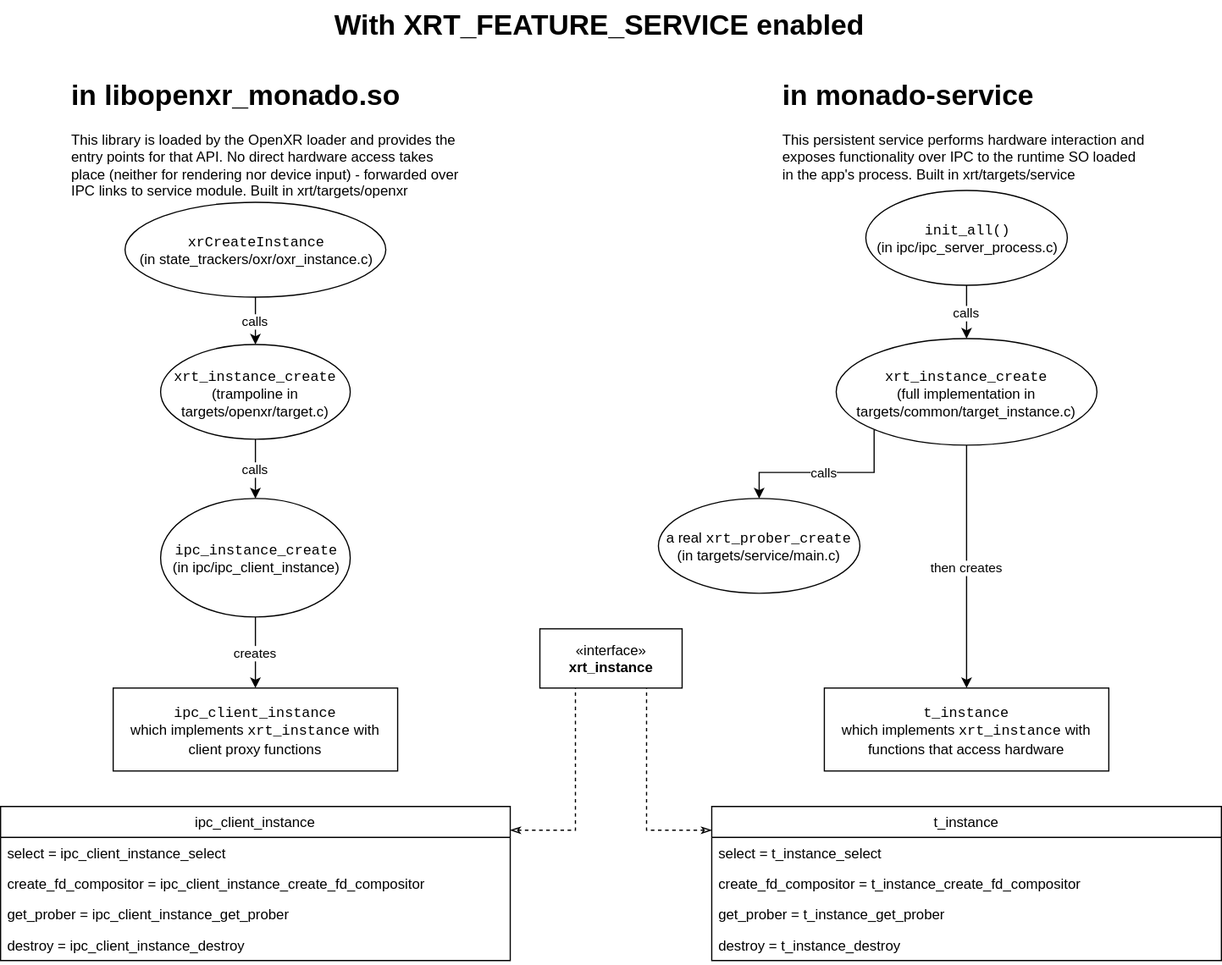
This is doc/images/out-of-proc.svg from shinyquagsire23/monado, a draw.io export, as it was before one commit. Source tidied: cells renumbered, new cells last; positions are measured from the earlier drawing's top-left corner, leaving out a move shared by most shapes. Its diagram source:
```xml
<mxGraphModel>
  <root>
    <mxCell id="0" />
    <mxCell id="1" parent="0" />
    <mxCell id="2" value="then creates" style="edgeStyle=orthogonalEdgeStyle;rounded=0;comic=0;jettySize=auto;html=1;" parent="1" edge="1" source="4" target="15">
      <mxGeometry relative="1" as="geometry" />
    </mxCell>
    <mxCell id="3" value="calls" style="edgeStyle=orthogonalEdgeStyle;rounded=0;jettySize=auto;html=1;exitX=0;exitY=1;exitDx=0;exitDy=0;entryX=0.5;entryY=0;entryDx=0;entryDy=0;" parent="1" edge="1" source="4" target="31">
      <mxGeometry relative="1" as="geometry" />
    </mxCell>
    <mxCell id="4" value="&lt;font face=&quot;Courier New&quot;&gt;xrt_instance_create&lt;br&gt;&lt;/font&gt;(full implementation in targets/common/target_instance.c)" style="ellipse;whiteSpace=wrap;html=1;" parent="1" vertex="1">
      <mxGeometry x="705" y="285" width="220" height="90" as="geometry" />
    </mxCell>
    <mxCell id="5" value="With XRT_FEATURE_SERVICE enabled" style="text;strokeColor=none;fillColor=none;html=1;fontSize=24;fontStyle=1;verticalAlign=middle;align=center;" parent="1" vertex="1">
      <mxGeometry x="455" width="100" height="40" as="geometry" />
    </mxCell>
    <mxCell id="6" value="&lt;h1&gt;in libopenxr_monado.so&lt;/h1&gt;&lt;p&gt;This library is loaded by the OpenXR loader and provides the entry points for that API. No direct hardware access takes place (neither for rendering nor device input) - forwarded over IPC links to service module. Built in xrt/targets/openxr&lt;/p&gt;" style="text;html=1;strokeColor=none;fillColor=none;spacing=5;spacingTop=-20;whiteSpace=wrap;overflow=hidden;rounded=0;" parent="1" vertex="1">
      <mxGeometry x="55" y="60" width="340" height="110" as="geometry" />
    </mxCell>
    <mxCell id="7" value="&lt;h1&gt;in monado-service&lt;/h1&gt;&lt;p&gt;This persistent service performs hardware interaction and exposes functionality over IPC to the runtime SO loaded in the app's process. Built in xrt/targets/service&lt;/p&gt;" style="text;html=1;strokeColor=none;fillColor=none;spacing=5;spacingTop=-20;whiteSpace=wrap;overflow=hidden;rounded=0;" parent="1" vertex="1">
      <mxGeometry x="655" y="60" width="320" height="100" as="geometry" />
    </mxCell>
    <mxCell id="8" value="&lt;font face=&quot;Courier New&quot;&gt;xrCreateInstance&lt;/font&gt;&lt;br&gt;(in state_trackers/oxr/oxr_instance.c)" style="ellipse;whiteSpace=wrap;html=1;" parent="1" vertex="1">
      <mxGeometry x="105" y="170" width="220" height="80" as="geometry" />
    </mxCell>
    <mxCell id="9" value="&lt;font face=&quot;Courier New&quot;&gt;xrt_instance_create&lt;/font&gt;&lt;br&gt;(trampoline in targets/openxr/target.c)" style="ellipse;whiteSpace=wrap;html=1;" parent="1" vertex="1">
      <mxGeometry x="135" y="290" width="160" height="80" as="geometry" />
    </mxCell>
    <mxCell id="10" value="calls" style="edgeStyle=orthogonalEdgeStyle;rounded=0;comic=0;jettySize=auto;html=1;" parent="1" edge="1" source="8" target="9">
      <mxGeometry relative="1" as="geometry" />
    </mxCell>
    <mxCell id="11" value="&lt;font face=&quot;Courier New&quot;&gt;ipc_instance_create&lt;/font&gt;&lt;br&gt;(in ipc/ipc_client_instance)" style="ellipse;whiteSpace=wrap;html=1;" parent="1" vertex="1">
      <mxGeometry x="135" y="420" width="160" height="100" as="geometry" />
    </mxCell>
    <mxCell id="12" value="calls" style="edgeStyle=orthogonalEdgeStyle;rounded=0;comic=0;jettySize=auto;html=1;" parent="1" edge="1" source="9" target="11">
      <mxGeometry relative="1" as="geometry" />
    </mxCell>
    <mxCell id="13" value="&lt;div&gt;&lt;font face=&quot;Courier New&quot;&gt;ipc_client_instance&lt;/font&gt;&lt;/div&gt;&lt;div&gt;which implements &lt;font face=&quot;Courier New&quot;&gt;xrt_instance&lt;/font&gt; with client proxy functions&lt;/div&gt;" style="rounded=0;whiteSpace=wrap;html=1;align=center;" parent="1" vertex="1">
      <mxGeometry x="95" y="580" width="240" height="70" as="geometry" />
    </mxCell>
    <mxCell id="14" value="creates" style="edgeStyle=orthogonalEdgeStyle;rounded=0;comic=0;jettySize=auto;html=1;" parent="1" edge="1" source="11" target="13">
      <mxGeometry relative="1" as="geometry" />
    </mxCell>
    <mxCell id="15" value="&lt;div&gt;&lt;font face=&quot;Courier New&quot;&gt;t_instance&lt;/font&gt;&lt;/div&gt;&lt;div&gt;which implements &lt;font face=&quot;Courier New&quot;&gt;xrt_instance&lt;/font&gt; with functions that access hardware&lt;/div&gt;" style="rounded=0;whiteSpace=wrap;html=1;align=center;" parent="1" vertex="1">
      <mxGeometry x="695" y="580" width="240" height="70" as="geometry" />
    </mxCell>
    <mxCell id="16" style="edgeStyle=orthogonalEdgeStyle;rounded=0;comic=0;jettySize=auto;html=1;startArrow=classicThin;startFill=0;endArrow=none;endFill=0;dashed=1;exitX=0;exitY=0.154;exitDx=0;exitDy=0;exitPerimeter=0;entryX=0.75;entryY=1;entryDx=0;entryDy=0;" parent="1" edge="1" source="17" target="28">
      <mxGeometry relative="1" as="geometry" />
    </mxCell>
    <mxCell id="17" value="t_instance" style="swimlane;fontStyle=0;horizontal=1;startSize=26;fillColor=none;" parent="1" vertex="1">
      <mxGeometry x="600" y="680" width="430" height="130" as="geometry" />
    </mxCell>
    <mxCell id="18" value="select = t_instance_select" style="text;strokeColor=none;fillColor=none;align=left;verticalAlign=top;spacingLeft=4;spacingRight=4;overflow=hidden;" parent="17" vertex="1">
      <mxGeometry y="26" width="430" height="26" as="geometry" />
    </mxCell>
    <mxCell id="19" value="create_fd_compositor = t_instance_create_fd_compositor" style="text;strokeColor=none;fillColor=none;align=left;verticalAlign=top;spacingLeft=4;spacingRight=4;overflow=hidden;" parent="17" vertex="1">
      <mxGeometry y="52" width="430" height="26" as="geometry" />
    </mxCell>
    <mxCell id="20" value="get_prober = t_instance_get_prober" style="text;strokeColor=none;fillColor=none;align=left;verticalAlign=top;spacingLeft=4;spacingRight=4;overflow=hidden;" parent="17" vertex="1">
      <mxGeometry y="78" width="430" height="26" as="geometry" />
    </mxCell>
    <mxCell id="21" value="destroy = t_instance_destroy" style="text;strokeColor=none;fillColor=none;align=left;verticalAlign=top;spacingLeft=4;spacingRight=4;overflow=hidden;" parent="17" vertex="1">
      <mxGeometry y="104" width="430" height="26" as="geometry" />
    </mxCell>
    <mxCell id="22" style="edgeStyle=orthogonalEdgeStyle;rounded=0;comic=0;jettySize=auto;html=1;exitX=1;exitY=0.156;exitDx=0;exitDy=0;entryX=0.25;entryY=1;entryDx=0;entryDy=0;startArrow=classicThin;startFill=0;endArrow=none;endFill=0;dashed=1;exitPerimeter=0;" parent="1" edge="1" source="23" target="28">
      <mxGeometry relative="1" as="geometry" />
    </mxCell>
    <mxCell id="23" value="ipc_client_instance" style="swimlane;fontStyle=0;horizontal=1;startSize=26;fillColor=none;" parent="1" vertex="1">
      <mxGeometry y="680" width="430" height="130" as="geometry" />
    </mxCell>
    <mxCell id="24" value="select = ipc_client_instance_select" style="text;strokeColor=none;fillColor=none;align=left;verticalAlign=top;spacingLeft=4;spacingRight=4;overflow=hidden;" parent="23" vertex="1">
      <mxGeometry y="26" width="430" height="26" as="geometry" />
    </mxCell>
    <mxCell id="25" value="create_fd_compositor = ipc_client_instance_create_fd_compositor" style="text;strokeColor=none;fillColor=none;align=left;verticalAlign=top;spacingLeft=4;spacingRight=4;overflow=hidden;" parent="23" vertex="1">
      <mxGeometry y="52" width="430" height="26" as="geometry" />
    </mxCell>
    <mxCell id="26" value="get_prober = ipc_client_instance_get_prober" style="text;strokeColor=none;fillColor=none;align=left;verticalAlign=top;spacingLeft=4;spacingRight=4;overflow=hidden;" parent="23" vertex="1">
      <mxGeometry y="78" width="430" height="26" as="geometry" />
    </mxCell>
    <mxCell id="27" value="destroy = ipc_client_instance_destroy" style="text;strokeColor=none;fillColor=none;align=left;verticalAlign=top;spacingLeft=4;spacingRight=4;overflow=hidden;" parent="23" vertex="1">
      <mxGeometry y="104" width="430" height="26" as="geometry" />
    </mxCell>
    <mxCell id="28" value="«interface»&lt;br&gt;&lt;b&gt;xrt_instance&lt;/b&gt;" style="html=1;" parent="1" vertex="1">
      <mxGeometry x="455" y="530" width="120" height="50" as="geometry" />
    </mxCell>
    <mxCell id="29" value="calls" style="edgeStyle=orthogonalEdgeStyle;rounded=0;comic=0;jettySize=auto;html=1;endArrow=classic;" parent="1" edge="1" source="30" target="4">
      <mxGeometry relative="1" as="geometry" />
    </mxCell>
    <mxCell id="30" value="&lt;font face=&quot;Courier New&quot;&gt;init_all()&lt;/font&gt;&lt;br&gt;(in ipc/ipc_server_process.c)" style="ellipse;whiteSpace=wrap;html=1;" parent="1" vertex="1">
      <mxGeometry x="730" y="160" width="170" height="80" as="geometry" />
    </mxCell>
    <mxCell id="31" value="a real &lt;font face=&quot;Courier New&quot;&gt;xrt_prober_create&lt;/font&gt; (in targets/service/main.c)" style="ellipse;whiteSpace=wrap;html=1;" parent="1" vertex="1">
      <mxGeometry x="555" y="420" width="170" height="80" as="geometry" />
    </mxCell>
  </root>
</mxGraphModel>
```
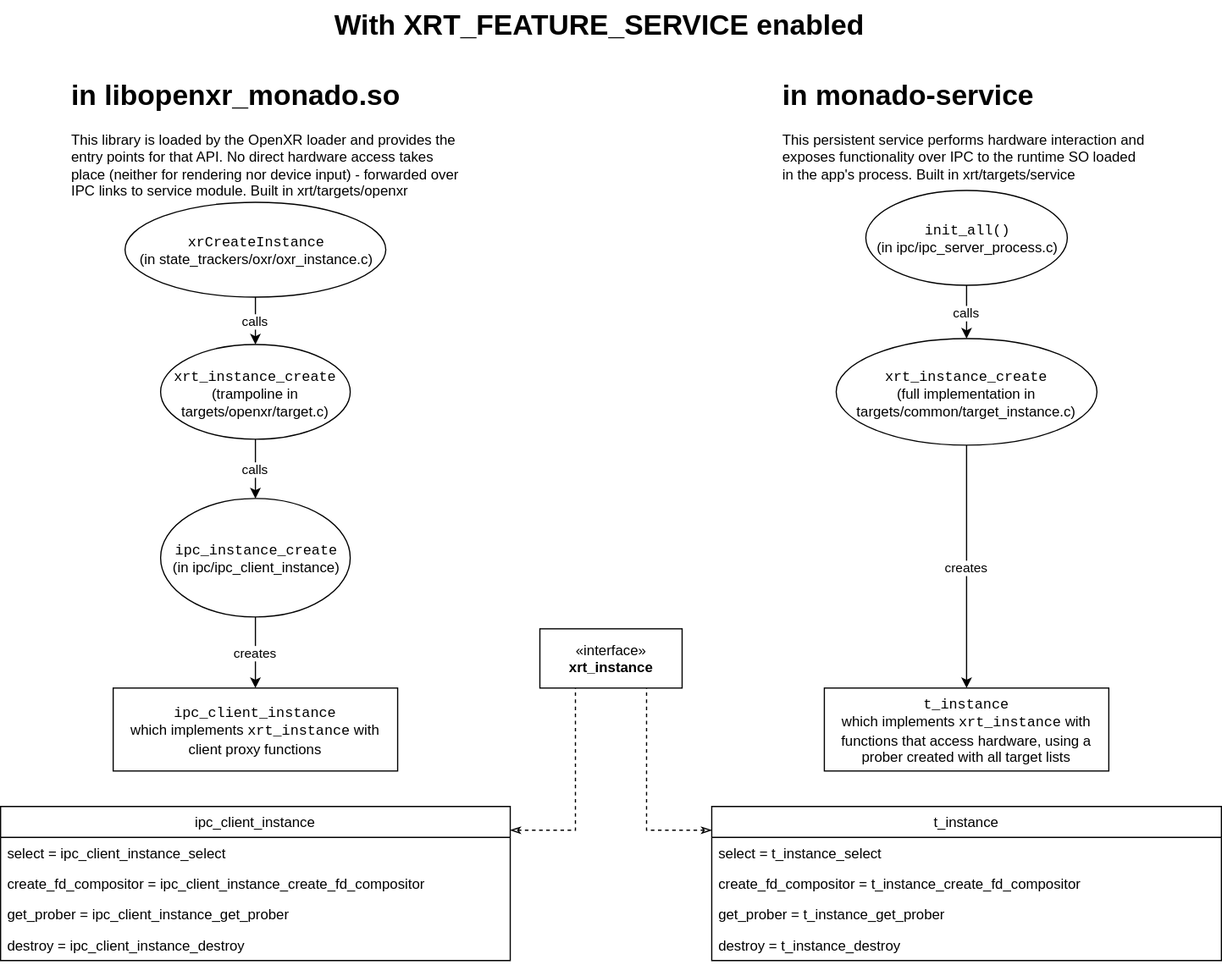
The same diagram one commit later.

Commit message:
doc: Update target/instance docs following removal of xrt_prober_create

What changed in the source:
```diff
@@ -2,12 +2,9 @@
   <root>
     <mxCell id="0" />
     <mxCell id="1" parent="0" />
-    <mxCell id="2" value="then creates" style="edgeStyle=orthogonalEdgeStyle;rounded=0;comic=0;jettySize=auto;html=1;" parent="1" edge="1" source="4" target="15">
+    <mxCell id="2" value="creates" style="edgeStyle=orthogonalEdgeStyle;rounded=0;comic=0;jettySize=auto;html=1;" parent="1" edge="1" source="4" target="15">
       <mxGeometry relative="1" as="geometry" />
     </mxCell>
-    <mxCell id="3" value="calls" style="edgeStyle=orthogonalEdgeStyle;rounded=0;jettySize=auto;html=1;exitX=0;exitY=1;exitDx=0;exitDy=0;entryX=0.5;entryY=0;entryDx=0;entryDy=0;" parent="1" edge="1" source="4" target="31">
-      <mxGeometry relative="1" as="geometry" />
-    </mxCell>
     <mxCell id="4" value="&lt;font face=&quot;Courier New&quot;&gt;xrt_instance_create&lt;br&gt;&lt;/font&gt;(full implementation in targets/common/target_instance.c)" style="ellipse;whiteSpace=wrap;html=1;" parent="1" vertex="1">
       <mxGeometry x="705" y="285" width="220" height="90" as="geometry" />
     </mxCell>
@@ -41,7 +38,7 @@
     <mxCell id="14" value="creates" style="edgeStyle=orthogonalEdgeStyle;rounded=0;comic=0;jettySize=auto;html=1;" parent="1" edge="1" source="11" target="13">
       <mxGeometry relative="1" as="geometry" />
     </mxCell>
-    <mxCell id="15" value="&lt;div&gt;&lt;font face=&quot;Courier New&quot;&gt;t_instance&lt;/font&gt;&lt;/div&gt;&lt;div&gt;which implements &lt;font face=&quot;Courier New&quot;&gt;xrt_instance&lt;/font&gt; with functions that access hardware&lt;/div&gt;" style="rounded=0;whiteSpace=wrap;html=1;align=center;" parent="1" vertex="1">
+    <mxCell id="15" value="&lt;div&gt;&lt;font face=&quot;Courier New&quot;&gt;t_instance&lt;/font&gt;&lt;/div&gt;&lt;div&gt;which implements &lt;font face=&quot;Courier New&quot;&gt;xrt_instance&lt;/font&gt; with functions that access hardware, using a prober created with all target lists&lt;/div&gt;" style="rounded=0;whiteSpace=wrap;html=1;align=center;" parent="1" vertex="1">
       <mxGeometry x="695" y="580" width="240" height="70" as="geometry" />
     </mxCell>
     <mxCell id="16" style="edgeStyle=orthogonalEdgeStyle;rounded=0;comic=0;jettySize=auto;html=1;startArrow=classicThin;startFill=0;endArrow=none;endFill=0;dashed=1;exitX=0;exitY=0.154;exitDx=0;exitDy=0;exitPerimeter=0;entryX=0.75;entryY=1;entryDx=0;entryDy=0;" parent="1" edge="1" source="17" target="28">
@@ -89,8 +86,5 @@
     <mxCell id="30" value="&lt;font face=&quot;Courier New&quot;&gt;init_all()&lt;/font&gt;&lt;br&gt;(in ipc/ipc_server_process.c)" style="ellipse;whiteSpace=wrap;html=1;" parent="1" vertex="1">
       <mxGeometry x="730" y="160" width="170" height="80" as="geometry" />
     </mxCell>
-    <mxCell id="31" value="a real &lt;font face=&quot;Courier New&quot;&gt;xrt_prober_create&lt;/font&gt; (in targets/service/main.c)" style="ellipse;whiteSpace=wrap;html=1;" parent="1" vertex="1">
-      <mxGeometry x="555" y="420" width="170" height="80" as="geometry" />
-    </mxCell>
   </root>
 </mxGraphModel>
```
